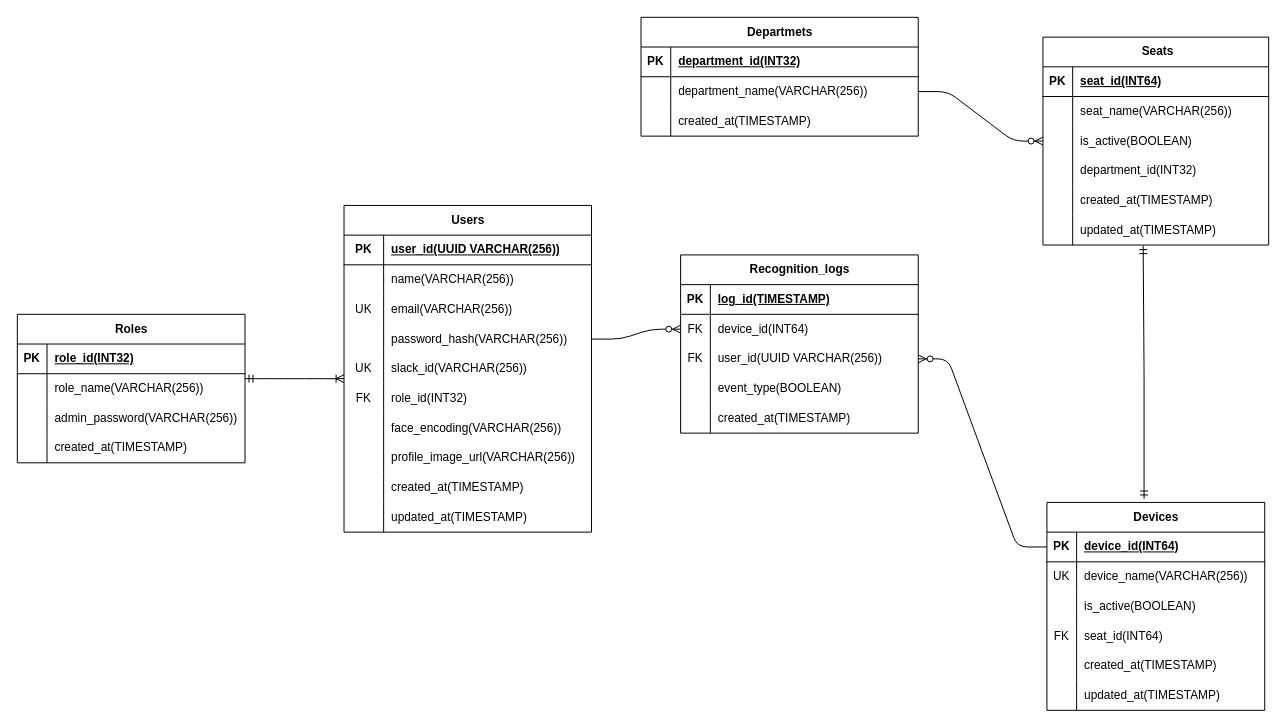
This is blueprint/er.drawio from kazushi-yoshida-safie/seating-cam-system, a draw.io file, before an edit. Source tidied: cells renumbered, new cells numbered last; positions are measured from the earlier drawing's top-left corner, leaving out a move shared by most shapes. Both pictures are drawn from the tidied source at 99%, with x=0, y=0 at pixel (17, 17).
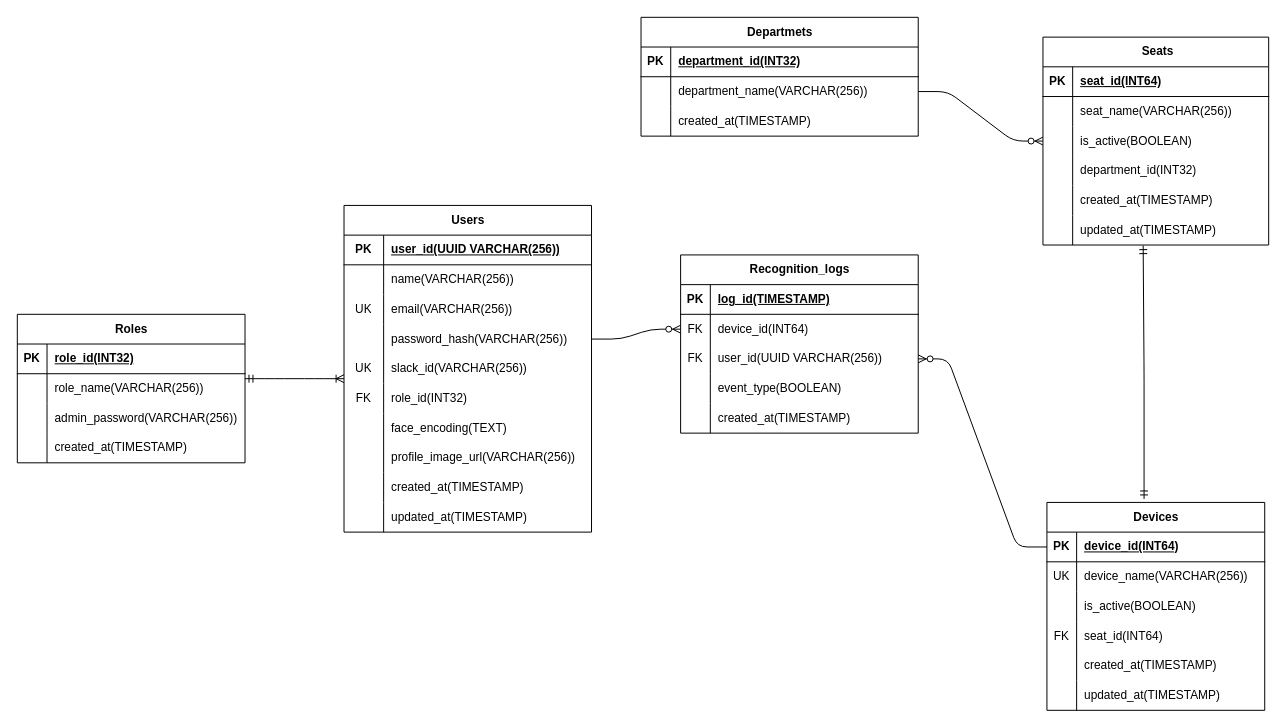
Above is the later version.

Unchanged cells that the change refers to:
```xml
<mxCell id="26" style="shape=tableRow;horizontal=0;startSize=0;swimlaneHead=0;swimlaneBody=0;fillColor=none;top=0;left=0;right=0;bottom=0;" parent="7" vertex="1">
  <mxGeometry y="210" width="250" height="30" as="geometry" />
</mxCell>
```

Change to the diagram source:
```diff
@@
-    <mxCell id="28" value="face_encoding&lt;span style=&quot;color: rgb(0, 0, 0);&quot;&gt;(VARCHAR(256))&lt;/span&gt;" style="shape=partialRectangle;fillColor=none;top=0;left=0;bottom=0;right=0;align=left;spacingLeft=6;overflow=hidden;whiteSpace=wrap;html=1;" parent="26" vertex="1">
+    <mxCell id="28" value="face_encoding&lt;span style=&quot;color: rgb(0, 0, 0);&quot;&gt;(TEXT)&lt;/span&gt;" style="shape=partialRectangle;fillColor=none;top=0;left=0;bottom=0;right=0;align=left;spacingLeft=6;overflow=hidden;whiteSpace=wrap;html=1;" parent="26" vertex="1">
       <mxGeometry x="40" width="210" height="30" as="geometry" />
     </mxCell>
```
